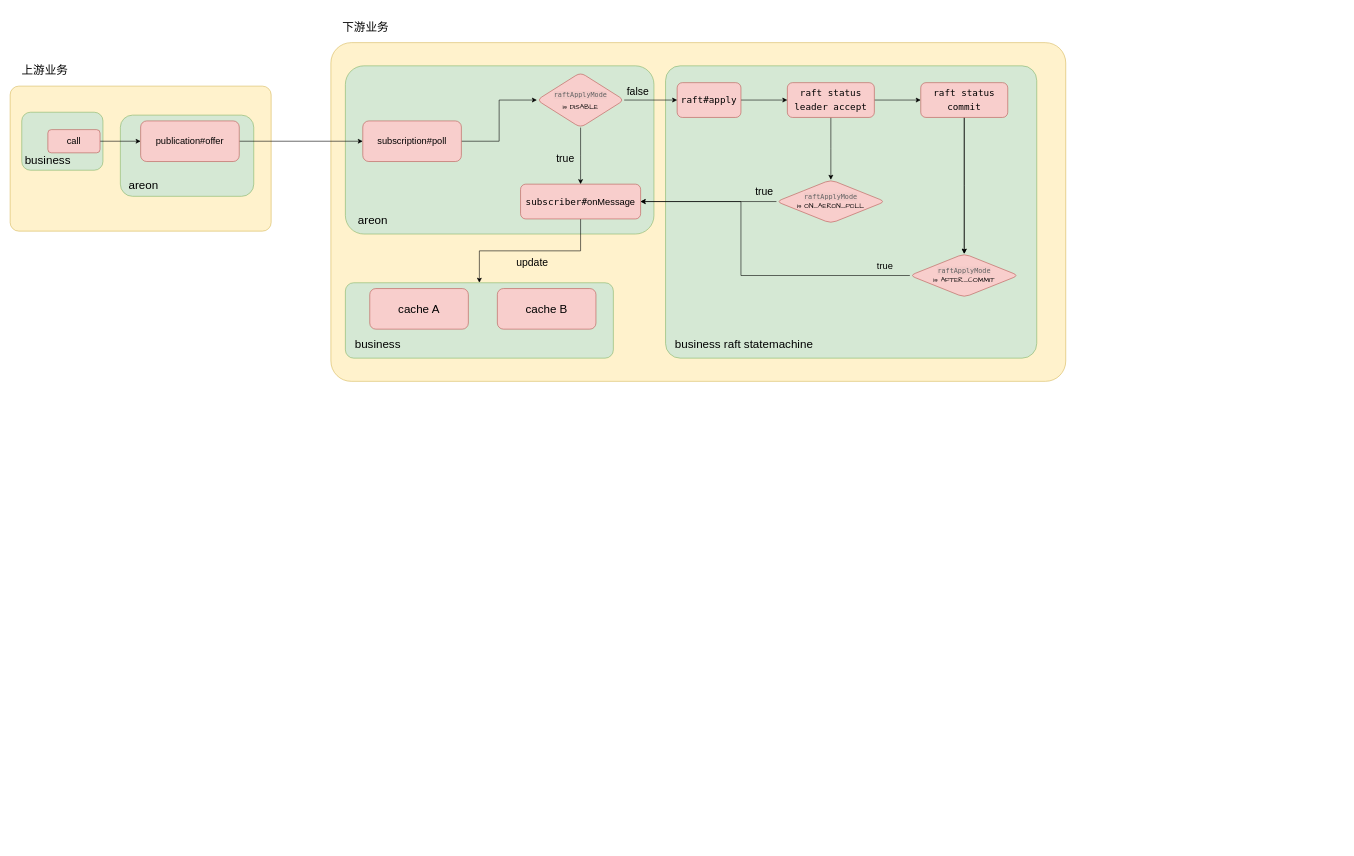
Earlier version of the draw.io diagram areon_n_raft.drawio (kyleexu/peanuts). Source tidied: cells renumbered, new cells numbered last; positions are measured from the earlier drawing's top-left corner, leaving out a move shared by most shapes. Both pictures are drawn from the tidied source at 58%, with x=0, y=0 at pixel (10, 10).
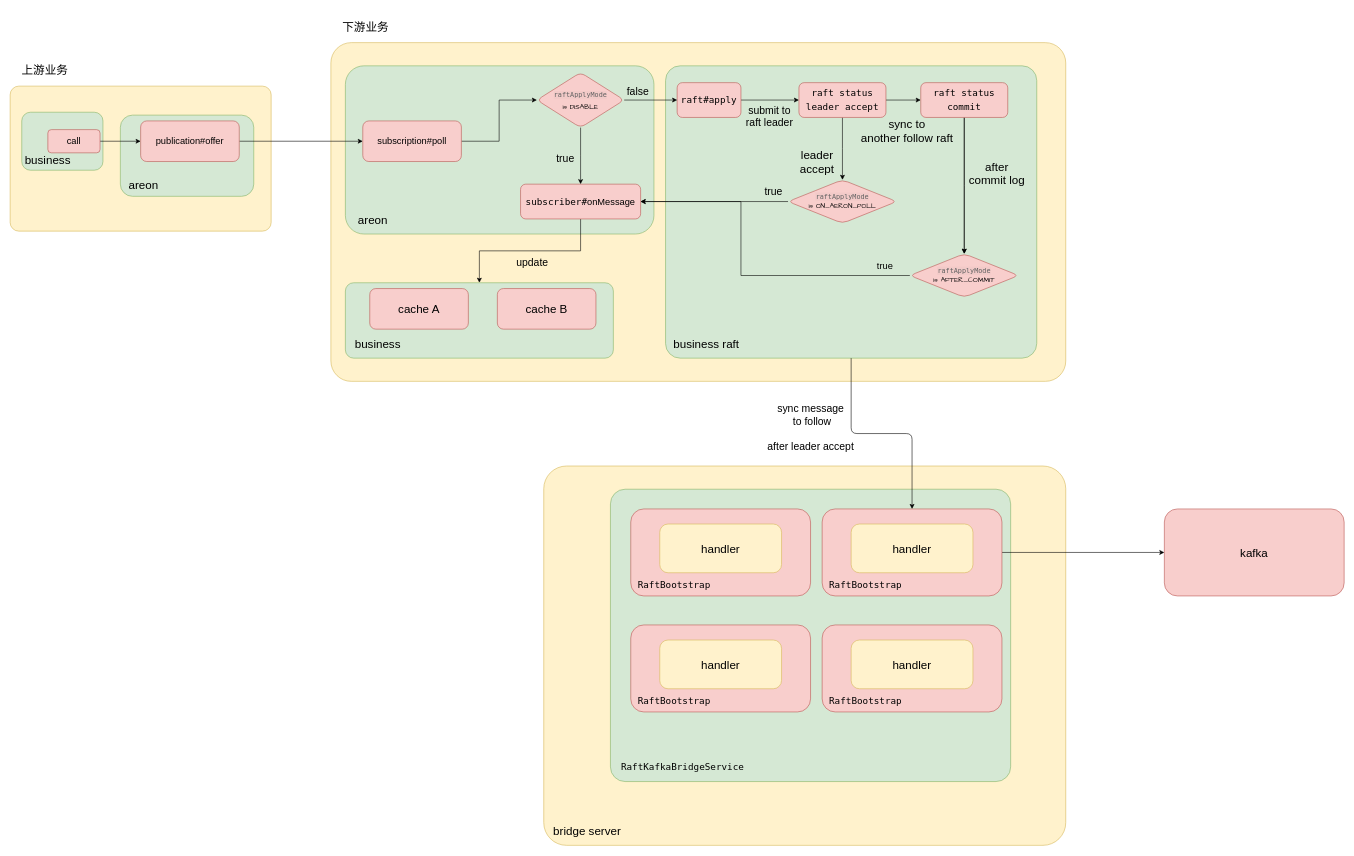
The same diagram, later.

Commit message (it also covers changes not shown here):
add kafka bridge

Unchanged cells that the change refers to:
```xml
<mxCell id="25" style="rounded=1;whiteSpace=wrap;html=1;fillColor=#d5e8d4;strokeColor=#82b366;arcSize=5;" parent="1" vertex="1">
  <mxGeometry x="1130" y="96" width="640" height="504" as="geometry" />
</mxCell>
<mxCell id="26" style="edgeStyle=orthogonalEdgeStyle;rounded=0;jettySize=auto;html=1;" parent="1" edge="1" source="27" target="32">
  <mxGeometry relative="1" as="geometry" />
</mxCell>
<mxCell id="30" style="edgeStyle=orthogonalEdgeStyle;rounded=0;jettySize=auto;html=1;" parent="1" edge="1" source="32" target="35">
  <mxGeometry relative="1" as="geometry" />
</mxCell>
<mxCell id="31" style="edgeStyle=orthogonalEdgeStyle;rounded=0;jettySize=auto;html=1;" parent="1" edge="1" source="32" target="38">
  <mxGeometry relative="1" as="geometry" />
</mxCell>
<mxCell id="34" style="edgeStyle=orthogonalEdgeStyle;rounded=0;jettySize=auto;html=1;" parent="1" edge="1" source="35" target="41">
  <mxGeometry relative="1" as="geometry" />
</mxCell>
```

Change to the diagram source:
```diff
@@
+    <mxCell id="46" value="&lt;font style=&quot;font-size: 18px;&quot;&gt;submit to &lt;br&gt;raft leader&lt;/font&gt;" style="edgeLabel;html=1;align=center;verticalAlign=middle;labelBackgroundColor=none;" parent="26" vertex="1">
+      <mxGeometry x="-0.05" y="-1" relative="1" as="geometry">
+        <mxPoint y="27" as="offset" />
+      </mxGeometry>
+    </mxCell>
@@
+    <mxCell id="47" value="sync to &lt;br&gt;another follow raft" style="edgeLabel;html=1;align=center;verticalAlign=middle;fontSize=20;labelBackgroundColor=none;" parent="30" vertex="1">
+      <mxGeometry x="-0.08" relative="1" as="geometry">
+        <mxPoint x="7" y="51" as="offset" />
+      </mxGeometry>
+    </mxCell>
@@
+    <mxCell id="48" value="leader&lt;br&gt;accept" style="edgeLabel;html=1;align=center;verticalAlign=middle;fontSize=20;labelBackgroundColor=none;" parent="31" vertex="1">
+      <mxGeometry x="0.16" y="-1" relative="1" as="geometry">
+        <mxPoint x="-44" y="13" as="offset" />
+      </mxGeometry>
+    </mxCell>
     <mxCell id="32" value="&lt;div style=&quot;font-family: Menlo, Monaco, &amp;quot;Courier New&amp;quot;, monospace; line-height: 24px; white-space: pre; font-size: 16px;&quot;&gt;&lt;font style=&quot;font-size: 16px;&quot;&gt;&lt;span style=&quot;&quot;&gt;raft status&lt;/span&gt;&lt;/font&gt;&lt;/div&gt;&lt;div style=&quot;font-family: Menlo, Monaco, &amp;quot;Courier New&amp;quot;, monospace; line-height: 24px; white-space: pre; font-size: 16px;&quot;&gt;&lt;font style=&quot;font-size: 16px;&quot;&gt;&lt;span style=&quot;&quot;&gt;leader accept&lt;/span&gt;&lt;/font&gt;&lt;/div&gt;" style="whiteSpace=wrap;html=1;fillColor=#f8cecc;strokeColor=#b85450;rounded=1;labelBackgroundColor=none;fontSize=16;fontColor=default;" parent="1" vertex="1">
-      <mxGeometry x="1340" y="125" width="150" height="60" as="geometry" />
+      <mxGeometry x="1360" y="125" width="150" height="60" as="geometry" />
     </mxCell>
@@
+    <mxCell id="49" value="after&lt;br&gt;commit log" style="edgeLabel;html=1;align=center;verticalAlign=middle;fontSize=20;labelBackgroundColor=none;" parent="34" vertex="1">
+      <mxGeometry x="0.71" relative="1" as="geometry">
+        <mxPoint x="55" y="-106" as="offset" />
+      </mxGeometry>
+    </mxCell>
@@
     <mxCell id="38" value="&lt;span style=&quot;color: rgb(97, 97, 97); font-family: Menlo, Monaco, &amp;quot;Courier New&amp;quot;, monospace; font-size: 11.7px; text-align: start; background-color: color(srgb 0.380392 0.380392 0.380392 / 0.04);&quot;&gt;raftApplyMode&lt;/span&gt;&lt;span style=&quot;font-family: &amp;quot;Comic Sans MS&amp;quot;;&quot;&gt;&lt;br&gt;&lt;/span&gt;&lt;font face=&quot;Comic Sans MS&quot;&gt;is ON_AERON_POLL&lt;/font&gt;" style="rhombus;whiteSpace=wrap;html=1;fillColor=#f8cecc;strokeColor=#b85450;rounded=1;" parent="1" vertex="1">
-      <mxGeometry x="1321.2" y="292.5" width="187.5" height="75" as="geometry" />
+      <mxGeometry x="1341.2" y="292.5" width="187.5" height="75" as="geometry" />
     </mxCell>
@@
-    <mxCell id="42" value="business raft statemachine" style="text;html=1;align=center;verticalAlign=middle;whiteSpace=wrap;rounded=0;fontSize=20;" parent="1" vertex="1">
-      <mxGeometry x="1131.2" y="550" width="268.8" height="50" as="geometry" />
+    <mxCell id="42" value="business raft" style="text;html=1;align=center;verticalAlign=middle;whiteSpace=wrap;rounded=0;fontSize=20;" parent="1" vertex="1">
+      <mxGeometry x="1131.2" y="550" width="138.8" height="50" as="geometry" />
     </mxCell>
@@
+    <mxCell id="50" style="rounded=1;whiteSpace=wrap;html=1;arcSize=6;fillColor=#fff2cc;strokeColor=#d6b656;" parent="1" vertex="1">
+      <mxGeometry x="920" y="786" width="900" height="654" as="geometry" />
+    </mxCell>
+    <mxCell id="51" style="rounded=1;whiteSpace=wrap;html=1;fillColor=#d5e8d4;strokeColor=#82b366;arcSize=5;" parent="1" vertex="1">
+      <mxGeometry x="1035" y="826" width="690" height="504" as="geometry" />
+    </mxCell>
+    <mxCell id="52" value="&lt;div style=&quot;font-family: Menlo, Monaco, &amp;quot;Courier New&amp;quot;, monospace; font-size: 16px; line-height: 24px;&quot;&gt;RaftKafkaBridgeService&lt;/div&gt;" style="text;html=1;align=center;verticalAlign=middle;whiteSpace=wrap;rounded=0;fontSize=20;labelBackgroundColor=none;" parent="1" vertex="1">
+      <mxGeometry x="1035" y="1280" width="248.8" height="50" as="geometry" />
+    </mxCell>
+    <mxCell id="53" value="sync message&lt;br&gt;&amp;nbsp;to follow&lt;br&gt;&lt;br&gt;after leader accept" style="edgeStyle=orthogonalEdgeStyle;html=1;exitX=0.5;exitY=1;exitDx=0;exitDy=0;fontSize=18;labelBackgroundColor=none;" parent="1" edge="1" source="25" target="61">
+      <mxGeometry x="-0.34" y="-70" relative="1" as="geometry" />
+    </mxCell>
+    <mxCell id="54" style="rounded=1;whiteSpace=wrap;html=1;fillColor=#f8cecc;strokeColor=#b85450;fontSize=20;" parent="1" vertex="1">
+      <mxGeometry x="1070" y="860" width="310" height="150" as="geometry" />
+    </mxCell>
+    <mxCell id="55" value="&lt;div style=&quot;font-family: Menlo, Monaco, &amp;quot;Courier New&amp;quot;, monospace; font-size: 16px; line-height: 24px;&quot;&gt;RaftBootstrap&lt;/div&gt;&lt;div style=&quot;font-family: Menlo, Monaco, &amp;quot;Courier New&amp;quot;, monospace; font-size: 16px; line-height: 24px;&quot;&gt;&lt;/div&gt;" style="text;html=1;align=center;verticalAlign=middle;whiteSpace=wrap;rounded=0;fontSize=20;labelBackgroundColor=none;" parent="1" vertex="1">
+      <mxGeometry x="1070" y="970" width="150" height="40" as="geometry" />
+    </mxCell>
+    <mxCell id="56" value="&lt;font style=&quot;font-size: 20px;&quot;&gt;handler&lt;/font&gt;" style="rounded=1;whiteSpace=wrap;html=1;arcSize=17;fillColor=#fff2cc;strokeColor=#d6b656;" parent="1" vertex="1">
+      <mxGeometry x="1120" y="886" width="210" height="84" as="geometry" />
+    </mxCell>
+    <mxCell id="57" style="rounded=1;whiteSpace=wrap;html=1;fillColor=#f8cecc;strokeColor=#b85450;fontSize=20;" parent="1" vertex="1">
+      <mxGeometry x="1070" y="1060" width="310" height="150" as="geometry" />
+    </mxCell>
+    <mxCell id="58" value="&lt;div style=&quot;font-family: Menlo, Monaco, &amp;quot;Courier New&amp;quot;, monospace; font-size: 16px; line-height: 24px;&quot;&gt;RaftBootstrap&lt;/div&gt;&lt;div style=&quot;font-family: Menlo, Monaco, &amp;quot;Courier New&amp;quot;, monospace; font-size: 16px; line-height: 24px;&quot;&gt;&lt;/div&gt;" style="text;html=1;align=center;verticalAlign=middle;whiteSpace=wrap;rounded=0;fontSize=20;labelBackgroundColor=none;" parent="1" vertex="1">
+      <mxGeometry x="1070" y="1170" width="150" height="40" as="geometry" />
+    </mxCell>
+    <mxCell id="59" value="&lt;font style=&quot;font-size: 20px;&quot;&gt;handler&lt;/font&gt;" style="rounded=1;whiteSpace=wrap;html=1;arcSize=17;fillColor=#fff2cc;strokeColor=#d6b656;" parent="1" vertex="1">
+      <mxGeometry x="1120" y="1086" width="210" height="84" as="geometry" />
+    </mxCell>
+    <mxCell id="60" style="edgeStyle=orthogonalEdgeStyle;html=1;exitX=1;exitY=0.5;exitDx=0;exitDy=0;fontSize=20;" parent="1" edge="1" source="61" target="67">
+      <mxGeometry relative="1" as="geometry" />
+    </mxCell>
+    <mxCell id="61" style="rounded=1;whiteSpace=wrap;html=1;fillColor=#f8cecc;strokeColor=#b85450;fontSize=20;" parent="1" vertex="1">
+      <mxGeometry x="1400" y="860" width="310" height="150" as="geometry" />
+    </mxCell>
+    <mxCell id="62" value="&lt;div style=&quot;font-family: Menlo, Monaco, &amp;quot;Courier New&amp;quot;, monospace; font-size: 16px; line-height: 24px;&quot;&gt;RaftBootstrap&lt;/div&gt;&lt;div style=&quot;font-family: Menlo, Monaco, &amp;quot;Courier New&amp;quot;, monospace; font-size: 16px; line-height: 24px;&quot;&gt;&lt;/div&gt;" style="text;html=1;align=center;verticalAlign=middle;whiteSpace=wrap;rounded=0;fontSize=20;labelBackgroundColor=none;" parent="1" vertex="1">
+      <mxGeometry x="1400" y="970" width="150" height="40" as="geometry" />
+    </mxCell>
+    <mxCell id="63" value="&lt;font style=&quot;font-size: 20px;&quot;&gt;handler&lt;/font&gt;" style="rounded=1;whiteSpace=wrap;html=1;arcSize=17;fillColor=#fff2cc;strokeColor=#d6b656;" parent="1" vertex="1">
+      <mxGeometry x="1450" y="886" width="210" height="84" as="geometry" />
+    </mxCell>
+    <mxCell id="64" style="rounded=1;whiteSpace=wrap;html=1;fillColor=#f8cecc;strokeColor=#b85450;fontSize=20;" parent="1" vertex="1">
+      <mxGeometry x="1400" y="1060" width="310" height="150" as="geometry" />
+    </mxCell>
+    <mxCell id="65" value="&lt;div style=&quot;font-family: Menlo, Monaco, &amp;quot;Courier New&amp;quot;, monospace; font-size: 16px; line-height: 24px;&quot;&gt;RaftBootstrap&lt;/div&gt;&lt;div style=&quot;font-family: Menlo, Monaco, &amp;quot;Courier New&amp;quot;, monospace; font-size: 16px; line-height: 24px;&quot;&gt;&lt;/div&gt;" style="text;html=1;align=center;verticalAlign=middle;whiteSpace=wrap;rounded=0;fontSize=20;labelBackgroundColor=none;" parent="1" vertex="1">
+      <mxGeometry x="1400" y="1170" width="150" height="40" as="geometry" />
+    </mxCell>
+    <mxCell id="66" value="&lt;font style=&quot;font-size: 20px;&quot;&gt;handler&lt;/font&gt;" style="rounded=1;whiteSpace=wrap;html=1;arcSize=17;fillColor=#fff2cc;strokeColor=#d6b656;" parent="1" vertex="1">
+      <mxGeometry x="1450" y="1086" width="210" height="84" as="geometry" />
+    </mxCell>
+    <mxCell id="67" value="&lt;font style=&quot;font-size: 20px;&quot;&gt;kafka&lt;/font&gt;" style="rounded=1;whiteSpace=wrap;html=1;fillColor=#f8cecc;strokeColor=#b85450;fontSize=20;" parent="1" vertex="1">
+      <mxGeometry x="1990" y="860" width="310" height="150" as="geometry" />
+    </mxCell>
+    <mxCell id="68" value="bridge server&lt;div style=&quot;font-family: Menlo, Monaco, &amp;quot;Courier New&amp;quot;, monospace; font-size: 16px; line-height: 24px;&quot;&gt;&lt;/div&gt;" style="text;html=1;align=center;verticalAlign=middle;whiteSpace=wrap;rounded=0;fontSize=20;labelBackgroundColor=none;" parent="1" vertex="1">
+      <mxGeometry x="920" y="1390" width="150" height="50" as="geometry" />
+    </mxCell>
```
